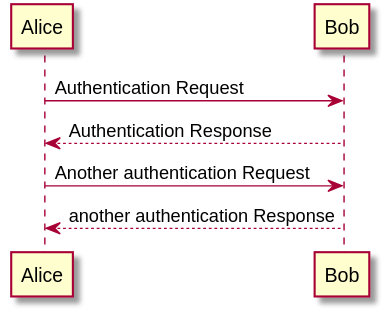
Before: micro-service-1/flows/ svg/flow-1.svg, a diagram exported from PlantUML (rbaul/application-architecture-template). Source of this version:
```plantuml
@startuml
Alice -> Bob: Authentication Request
Bob --> Alice: Authentication Response

Alice -> Bob: Another authentication Request
Alice <-- Bob: another authentication Response
@enduml
```
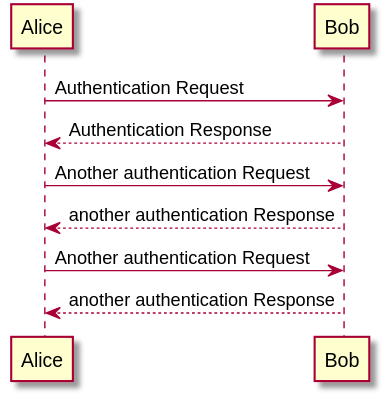
Later version of the same file.

The edit, as a diff of the source:
```diff
@@ -4,4 +4,7 @@
 
 Alice -> Bob: Another authentication Request
 Alice <-- Bob: another authentication Response
+
+Alice -> Bob: Another authentication Request
+Alice <-- Bob: another authentication Response
 @enduml
```
